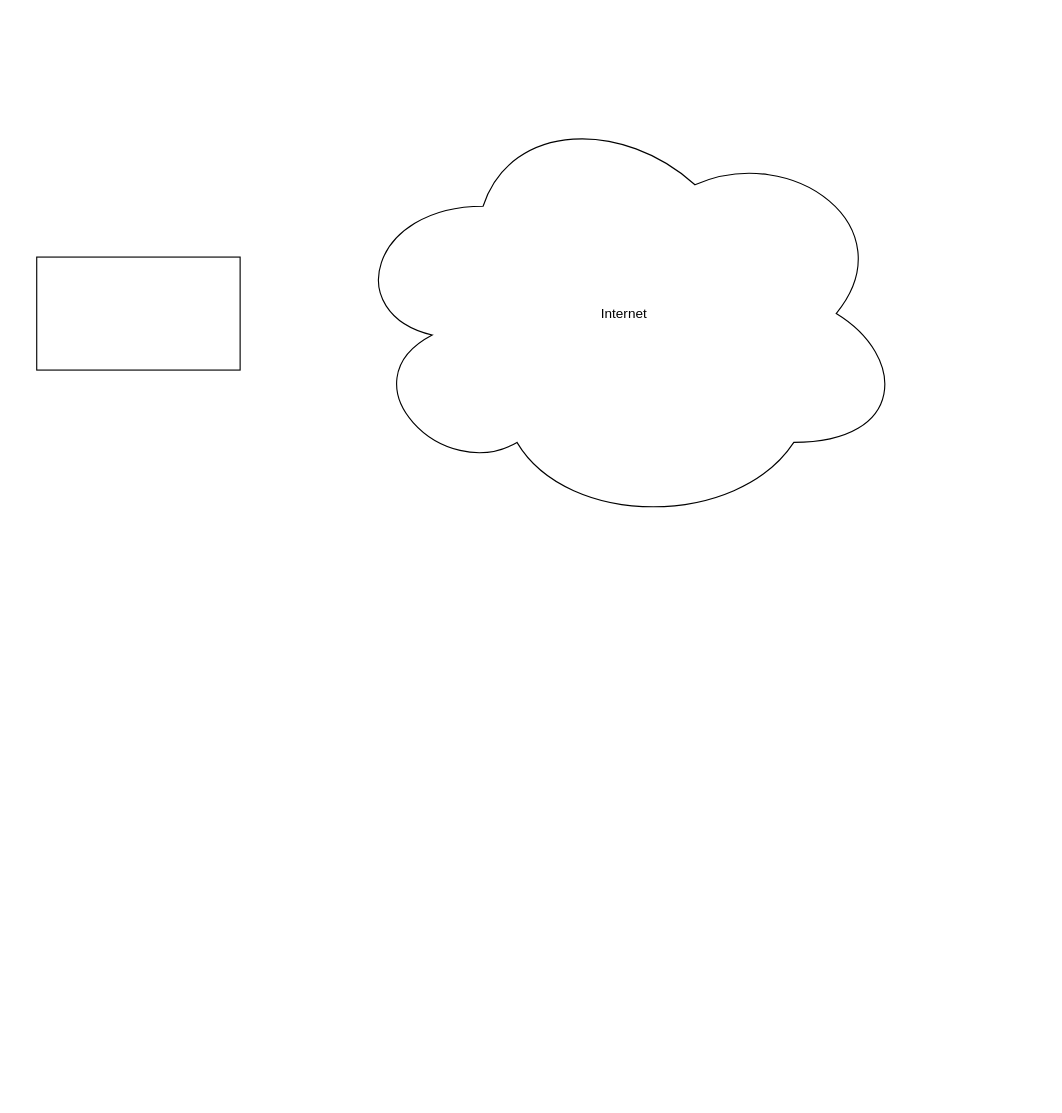
This is AI.drawio from late7/random-ai-stuff, a draw.io file, before an edit. Source tidied: cells renumbered, new cells numbered last; positions are measured from the earlier drawing's top-left corner, leaving out a move shared by most shapes. Both pictures are drawn from the tidied source at 113%, with x=0, y=0 at pixel (36, 98). Pictures stored in the file or linked from it are replaced by grey dashed boxes.
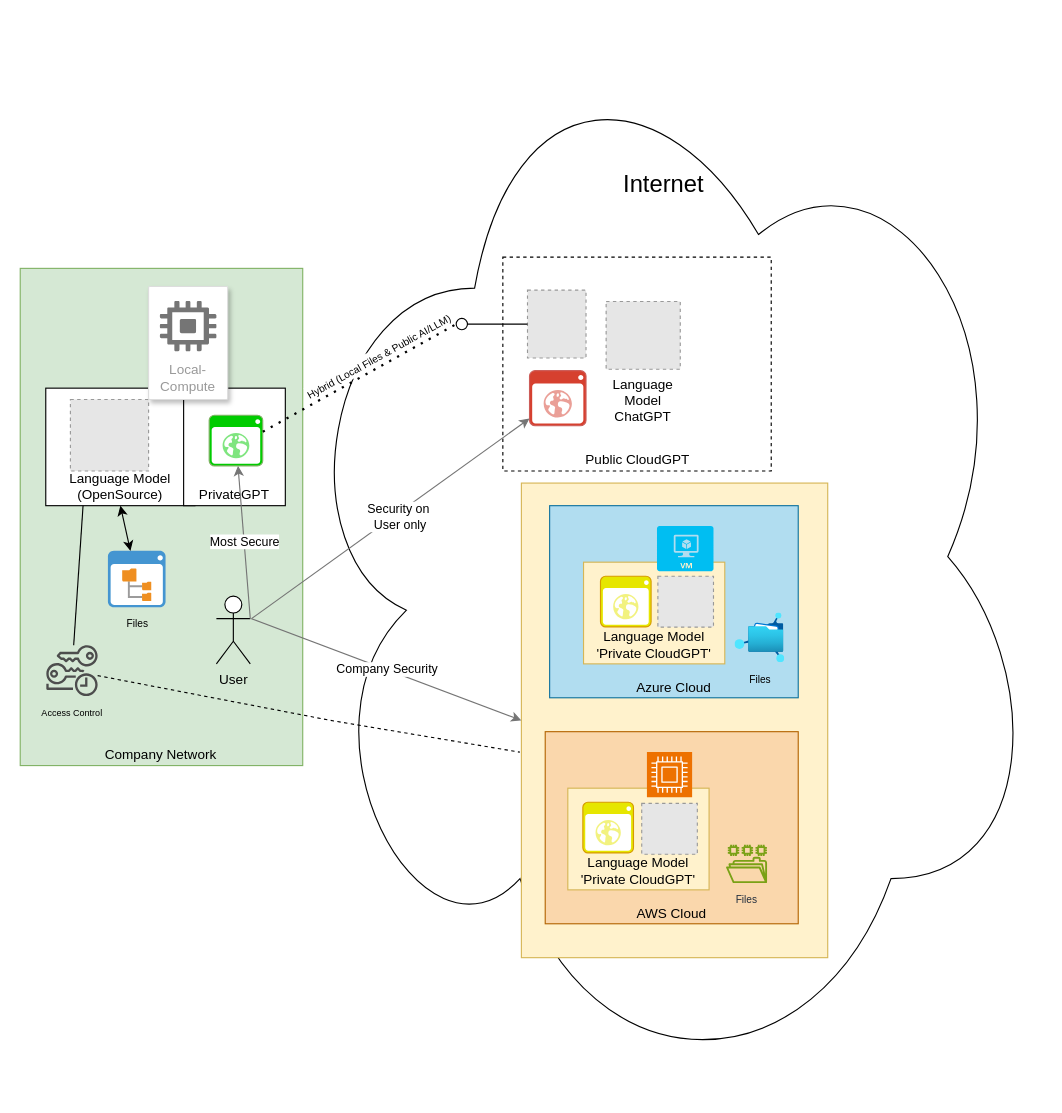
Above is the later version.

The edit, as a diff of the source:
```diff
@@
+    <mxCell id="3" value="&lt;br style=&quot;font-size: 21px;&quot;&gt;&lt;br style=&quot;font-size: 21px;&quot;&gt;&lt;br style=&quot;font-size: 21px;&quot;&gt;&lt;br style=&quot;font-size: 21px;&quot;&gt;&lt;br style=&quot;font-size: 21px;&quot;&gt;Internet" style="ellipse;shape=cloud;whiteSpace=wrap;html=1;align=center;verticalAlign=top;fontSize=21;" parent="1" vertex="1">
+      <mxGeometry x="220" y="-70" width="670" height="950" as="geometry" />
+    </mxCell>
+    <mxCell id="4" style="rounded=0;whiteSpace=wrap;html=1;fillColor=#fff2cc;strokeColor=#d6b656;" parent="1" vertex="1">
+      <mxGeometry x="428.9" y="340" width="271.1" height="420" as="geometry" />
+    </mxCell>
+    <mxCell id="5" value="Public CloudGPT" style="rounded=0;whiteSpace=wrap;html=1;dashed=1;verticalAlign=bottom;" parent="1" vertex="1">
+      <mxGeometry x="412.5" y="140" width="237.5" height="189.3" as="geometry" />
+    </mxCell>
+    <mxCell id="6" value="Azure Cloud" style="rounded=0;whiteSpace=wrap;html=1;verticalAlign=bottom;fillColor=#b1ddf0;strokeColor=#10739e;" parent="1" vertex="1">
+      <mxGeometry x="453.9" y="360" width="220" height="170" as="geometry" />
+    </mxCell>
-    <mxCell id="2" style="rounded=0;whiteSpace=wrap;html=1;" parent="1" vertex="1">
-      <mxGeometry y="140" width="180" height="100" as="geometry" />
+    <mxCell id="2" value="Company Network" style="rounded=0;whiteSpace=wrap;html=1;verticalAlign=bottom;fillColor=#d5e8d4;strokeColor=#82b366;" parent="1" vertex="1">
+      <mxGeometry x="-14.6" y="150" width="250" height="440" as="geometry" />
     </mxCell>
-    <mxCell id="3" value="Internet" style="ellipse;shape=cloud;whiteSpace=wrap;html=1;align=center;" parent="1" vertex="1">
-      <mxGeometry x="270" width="500" height="380" as="geometry" />
-    </mxCell>
+    <mxCell id="7" value="&lt;font style=&quot;font-size: 9px;&quot;&gt;Files&lt;/font&gt;" style="image;html=1;align=center;fontSize=12;image=img/lib/azure2/storage/Azure_Fileshare.svg;imageBackground=none;labelBackgroundColor=none;" parent="1" vertex="1">
+      <mxGeometry x="618" y="455" width="44" height="44" as="geometry" />
+    </mxCell>
+    <mxCell id="8" value="AWS Cloud" style="rounded=0;whiteSpace=wrap;html=1;verticalAlign=bottom;fillColor=#fad7ac;strokeColor=#b46504;" parent="1" vertex="1">
+      <mxGeometry x="450" y="560" width="223.9" height="170" as="geometry" />
+    </mxCell>
+    <mxCell id="9" style="fillColor=#E6E6E6;strokeColor=#999999;dashed=1;verticalLabelPosition=bottom;labelBackgroundColor=default;verticalAlign=top;" parent="1" vertex="1">
+      <mxGeometry x="434.3" y="169.3" width="51.8" height="60" as="geometry" />
+    </mxCell>
+    <mxCell id="10" style="rounded=0;jettySize=auto;html=1;endArrow=oval;endFill=0;sketch=0;sourcePerimeterSpacing=0;targetPerimeterSpacing=0;endSize=10;exitX=0;exitY=0.5;exitDx=0;exitDy=0;entryX=0.393;entryY=0.295;entryDx=0;entryDy=0;entryPerimeter=0;" parent="1" edge="1" source="9">
+      <mxGeometry relative="1" as="geometry">
+        <mxPoint x="376.2" y="199.3" as="targetPoint" />
+      </mxGeometry>
+    </mxCell>
+    <mxCell id="11" style="ellipse;whiteSpace=wrap;html=1;align=center;fillColor=none;strokeColor=none;perimeter=centerPerimeter;" parent="1" vertex="1">
+      <mxGeometry x="375" y="384" width="10" height="10" as="geometry" />
+    </mxCell>
+    <mxCell id="12" value="User" style="shape=umlActor;verticalLabelPosition=bottom;verticalAlign=top;html=1;outlineConnect=0;" parent="1" vertex="1">
+      <mxGeometry x="159" y="440" width="30" height="60" as="geometry" />
+    </mxCell>
+    <mxCell id="13" value="&lt;font style=&quot;font-size: 9px;&quot;&gt;Files&lt;/font&gt;" style="sketch=0;fontColor=#232F3E;gradientColor=none;fillColor=#7AA116;strokeColor=none;dashed=0;verticalLabelPosition=bottom;verticalAlign=top;align=center;html=1;fontSize=12;fontStyle=0;shape=mxgraph.aws4.file_system;" parent="1" vertex="1">
+      <mxGeometry x="610" y="660" width="36.3" height="34" as="geometry" />
+    </mxCell>
+    <mxCell id="14" value="Language Model&lt;br&gt;(OpenSource)" style="rounded=0;whiteSpace=wrap;html=1;verticalAlign=bottom;" parent="1" vertex="1">
+      <mxGeometry x="8" y="256" width="132" height="104" as="geometry" />
+    </mxCell>
+    <mxCell id="15" value="Language Model&lt;br&gt;'Private CloudGPT'" style="rounded=0;whiteSpace=wrap;html=1;verticalAlign=bottom;fillColor=#fff2cc;strokeColor=#d6b656;" parent="1" vertex="1">
+      <mxGeometry x="483.9" y="410" width="125" height="90" as="geometry" />
+    </mxCell>
+    <mxCell id="16" style="verticalLabelPosition=bottom;html=1;verticalAlign=top;align=center;strokeColor=none;fillColor=#00BEF2;shape=mxgraph.azure.virtual_machine;" parent="1" vertex="1">
+      <mxGeometry x="548.9" y="378" width="50" height="40" as="geometry" />
+    </mxCell>
+    <mxCell id="17" style="fillColor=#E6E6E6;strokeColor=#999999;dashed=1;verticalLabelPosition=bottom;labelBackgroundColor=default;verticalAlign=top;" parent="1" vertex="1">
+      <mxGeometry x="29.8" y="266" width="69.2" height="63.3" as="geometry" />
+    </mxCell>
+    <mxCell id="18" value="&lt;font style=&quot;font-size: 9px;&quot;&gt;Files&lt;/font&gt;" style="shadow=0;dashed=0;html=1;strokeColor=none;fillColor=#4495D1;labelPosition=center;verticalLabelPosition=bottom;verticalAlign=top;align=center;outlineConnect=0;shape=mxgraph.veeam.2d.file_system_browser;" parent="1" vertex="1">
+      <mxGeometry x="63" y="400" width="51" height="50" as="geometry" />
+    </mxCell>
+    <mxCell id="19" style="fillColor=#E6E6E6;strokeColor=#999999;dashed=1;verticalLabelPosition=bottom;labelBackgroundColor=default;verticalAlign=top;" parent="1" vertex="1">
+      <mxGeometry x="549.7" y="422.5" width="49.2" height="45" as="geometry" />
+    </mxCell>
+    <mxCell id="20" value="Language Model&lt;br&gt;'Private CloudGPT'" style="rounded=0;whiteSpace=wrap;html=1;verticalAlign=bottom;fillColor=#fff2cc;strokeColor=#d6b656;" parent="1" vertex="1">
+      <mxGeometry x="470" y="610" width="125" height="90" as="geometry" />
+    </mxCell>
+    <mxCell id="21" style="fillColor=#E6E6E6;strokeColor=#999999;dashed=1;verticalLabelPosition=bottom;labelBackgroundColor=default;verticalAlign=top;" parent="1" vertex="1">
+      <mxGeometry x="535.4" y="623.5" width="49.2" height="45" as="geometry" />
+    </mxCell>
+    <mxCell id="22" value="Language&#10;Model&#10;ChatGPT" style="fillColor=#E6E6E6;strokeColor=#999999;dashed=1;verticalLabelPosition=bottom;labelBackgroundColor=default;verticalAlign=top;" parent="1" vertex="1">
+      <mxGeometry x="503.9" y="179.3" width="65.6" height="60" as="geometry" />
+    </mxCell>
+    <mxCell id="23" style="sketch=0;fontColor=#232F3E;fillColor=#ED7100;strokeColor=#ffffff;dashed=0;verticalLabelPosition=bottom;verticalAlign=top;align=center;html=1;fontSize=12;fontStyle=0;shape=mxgraph.aws4.resourceIcon;resIcon=mxgraph.aws4.compute;" parent="1" vertex="1">
+      <mxGeometry x="540" y="578" width="40" height="40" as="geometry" />
+    </mxCell>
+    <mxCell id="24" value="&lt;font style=&quot;font-size: 8px;&quot;&gt;Access Control&lt;/font&gt;" style="sketch=0;outlineConnect=0;fillColor=#4D4D4D;strokeColor=#9673a6;dashed=0;verticalLabelPosition=bottom;verticalAlign=top;align=center;html=1;fontSize=12;fontStyle=0;shape=mxgraph.aws4.temporary_security_credential;" parent="1" vertex="1">
+      <mxGeometry x="8.5" y="483" width="45.4" height="46" as="geometry" />
+    </mxCell>
+    <mxCell id="25" style="endArrow=none;html=1;rounded=0;entryX=0.25;entryY=1;entryDx=0;entryDy=0;" parent="1" edge="1" source="24" target="14">
+      <mxGeometry relative="1" as="geometry" />
+    </mxCell>
+    <mxCell id="26" style="endArrow=classic;startArrow=classic;html=1;rounded=0;entryX=0.5;entryY=1;entryDx=0;entryDy=0;" parent="1" edge="1" source="18" target="14">
+      <mxGeometry relative="1" as="geometry" />
+    </mxCell>
+    <mxCell id="27" value="PrivateGPT" style="rounded=0;whiteSpace=wrap;html=1;verticalAlign=bottom;" parent="1" vertex="1">
+      <mxGeometry x="130" y="256" width="90" height="104" as="geometry" />
+    </mxCell>
+    <mxCell id="28" value="Local-Compute" style="strokeColor=#dddddd;shadow=1;strokeWidth=1;rounded=1;absoluteArcSize=1;arcSize=2;labelPosition=center;verticalLabelPosition=middle;align=center;verticalAlign=bottom;spacingLeft=0;fontColor=#999999;fontSize=12;whiteSpace=wrap;spacingBottom=2;html=1;" parent="1" vertex="1">
+      <mxGeometry x="99" y="166" width="70" height="100" as="geometry" />
+    </mxCell>
+    <mxCell id="29" style="sketch=0;dashed=0;html=1;fillColor=#757575;strokeColor=none;shape=mxgraph.gcp2.compute_engine_icon;" parent="28" vertex="1">
+      <mxGeometry x="0.5" width="50" height="44.5" relative="1" as="geometry">
+        <mxPoint x="-25" y="12.8" as="offset" />
+      </mxGeometry>
+    </mxCell>
+    <mxCell id="30" style="shadow=0;dashed=0;html=1;strokeColor=#82b366;fillColor=#00CC00;labelPosition=center;verticalLabelPosition=bottom;verticalAlign=top;align=center;outlineConnect=0;shape=mxgraph.veeam.2d.web_ui;" parent="1" vertex="1">
+      <mxGeometry x="152.6" y="280" width="47.4" height="44.8" as="geometry" />
+    </mxCell>
+    <mxCell id="31" style="shadow=0;dashed=0;html=1;strokeColor=#CC5D59;fillColor=#D6402F;labelPosition=center;verticalLabelPosition=bottom;verticalAlign=top;align=center;outlineConnect=0;shape=mxgraph.veeam.2d.web_ui;" parent="1" vertex="1">
+      <mxGeometry x="436.1" y="240.5" width="50" height="48.8" as="geometry" />
+    </mxCell>
+    <mxCell id="32" style="shadow=0;dashed=0;html=1;strokeColor=#d79b00;fillColor=#E6E600;labelPosition=center;verticalLabelPosition=bottom;verticalAlign=top;align=center;shape=mxgraph.veeam.2d.web_ui;" parent="1" vertex="1">
+      <mxGeometry x="498.9" y="422.5" width="44.8" height="44.8" as="geometry" />
+    </mxCell>
+    <mxCell id="33" style="shadow=0;dashed=0;html=1;strokeColor=#d79b00;fillColor=#E6E600;labelPosition=center;verticalLabelPosition=bottom;verticalAlign=top;align=center;shape=mxgraph.veeam.2d.web_ui;" parent="1" vertex="1">
+      <mxGeometry x="483.3" y="622.5" width="44.8" height="44.8" as="geometry" />
+    </mxCell>
+    <mxCell id="34" style="endArrow=none;html=1;rounded=0;entryX=-0.005;entryY=0.567;entryDx=0;entryDy=0;entryPerimeter=0;dashed=1;" parent="1" edge="1" source="24" target="4">
+      <mxGeometry relative="1" as="geometry">
+        <Array as="points">
+          <mxPoint x="260" y="550" />
+        </Array>
+      </mxGeometry>
+    </mxCell>
+    <mxCell id="35" value="Company Security" style="endArrow=classic;html=1;rounded=0;strokeColor=#757575;entryX=0;entryY=0.5;entryDx=0;entryDy=0;" parent="1" edge="1" target="4">
+      <mxGeometry relative="1" as="geometry">
+        <mxPoint x="190" y="460" as="sourcePoint" />
+      </mxGeometry>
+    </mxCell>
+    <mxCell id="36" value="Security on&lt;br&gt;&amp;nbsp;User only" style="endArrow=classic;html=1;rounded=0;strokeColor=#757575;" parent="1" edge="1" target="31">
+      <mxGeometry x="0.04" y="-3" relative="1" as="geometry">
+        <mxPoint x="190" y="460" as="sourcePoint" />
+      </mxGeometry>
+    </mxCell>
+    <mxCell id="37" value="Most Secure" style="endArrow=classic;html=1;rounded=0;exitX=1;exitY=0.3333333333333333;exitDx=0;exitDy=0;exitPerimeter=0;strokeColor=#757575;" parent="1" edge="1" source="12" target="30">
+      <mxGeometry relative="1" as="geometry" />
+    </mxCell>
+    <mxCell id="38" style="endArrow=none;dashed=1;html=1;dashPattern=1 3;strokeWidth=2;rounded=0;exitX=1.002;exitY=0.325;exitDx=0;exitDy=0;exitPerimeter=0;" parent="1" edge="1" source="30">
+      <mxGeometry x="0.12" y="-11" relative="1" as="geometry">
+        <mxPoint x="370" y="200" as="targetPoint" />
+      </mxGeometry>
+    </mxCell>
+    <mxCell id="39" value="&lt;span style=&quot;color: rgb(0, 0, 0); font-family: Helvetica; font-style: normal; font-variant-ligatures: normal; font-variant-caps: normal; font-weight: 400; letter-spacing: normal; orphans: 2; text-align: center; text-indent: 0px; text-transform: none; widows: 2; word-spacing: 0px; -webkit-text-stroke-width: 0px; background-color: rgb(255, 255, 255); text-decoration-thickness: initial; text-decoration-style: initial; text-decoration-color: initial; float: none; display: inline !important;&quot;&gt;&lt;font style=&quot;font-size: 9px;&quot;&gt;Hybrid (Local Files &amp;amp; Public AI/LLM)&lt;/font&gt;&lt;/span&gt;" style="text;html=1;strokeColor=none;fillColor=none;align=center;verticalAlign=middle;whiteSpace=wrap;rounded=0;rotation=331;" parent="1" vertex="1">
+      <mxGeometry x="212.8" y="223" width="180" height="10" as="geometry" />
+    </mxCell>
```
